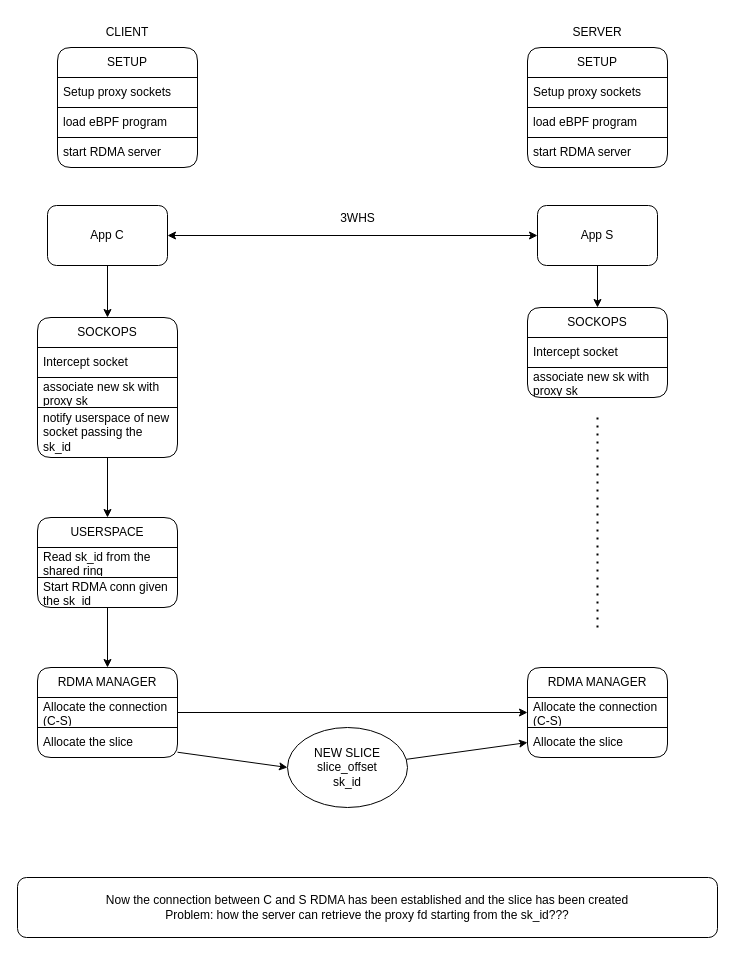
This is page "setup" (1 of 5) of socket_boost/docs/logic.drawio from LucaMeno/socket-over-rdma, a draw.io file, before an edit. Source tidied: cells renumbered, new cells numbered last; positions are measured from the earlier drawing's top-left corner, leaving out a move shared by most shapes. Both pictures are drawn from the tidied source at 100%, with x=0, y=0 at pixel (17, 17).
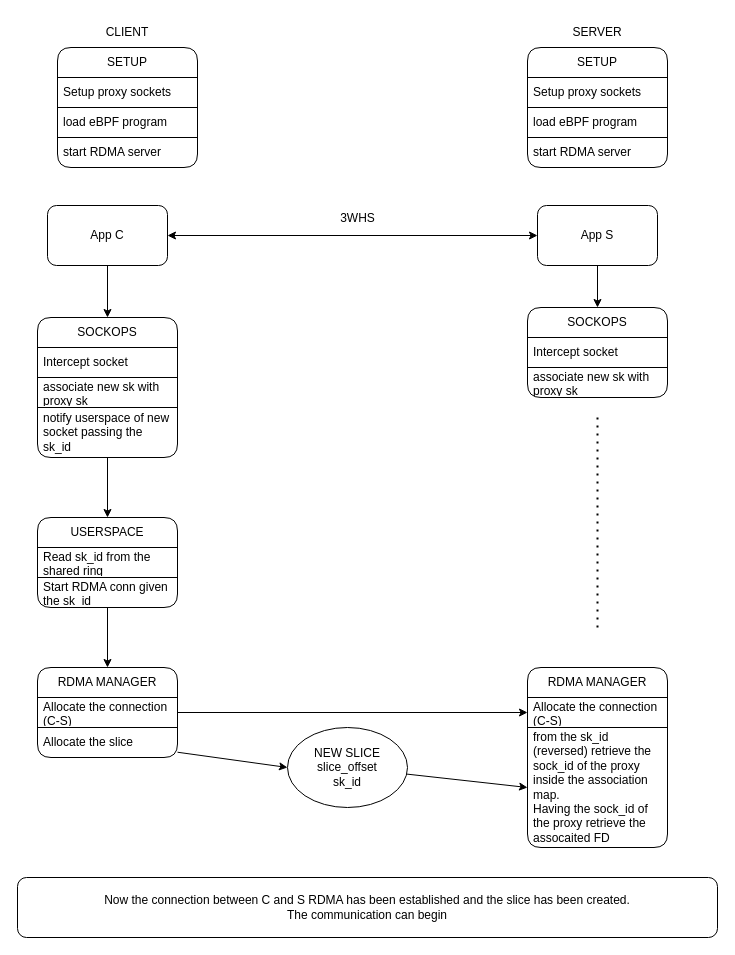
After the change.

Diff of the diagram source:
```diff
@@
     <mxCell id="29" value="RDMA MANAGER" style="swimlane;fontStyle=0;horizontal=1;startSize=30;whiteSpace=wrap;html=1;rounded=1;" parent="1" vertex="1">
-      <mxGeometry x="510" y="650" width="140" height="90" as="geometry" />
+      <mxGeometry x="510" y="650" width="140" height="180" as="geometry" />
     </mxCell>
@@
-    <mxCell id="31" value="Allocate the slice" style="text;strokeColor=none;fillColor=none;align=left;verticalAlign=middle;spacingLeft=4;spacingRight=4;overflow=hidden;points=[[0,0.5],[1,0.5]];portConstraint=eastwest;whiteSpace=wrap;html=1;" parent="29" vertex="1">
-      <mxGeometry y="60" width="140" height="30" as="geometry" />
+    <mxCell id="31" value="from the sk_id (reversed) retrieve the sock_id of the proxy inside the association map.&lt;br&gt;Having the sock_id of the proxy retrieve the assocaited FD" style="text;strokeColor=none;fillColor=none;align=left;verticalAlign=middle;spacingLeft=4;spacingRight=4;overflow=hidden;points=[[0,0.5],[1,0.5]];portConstraint=eastwest;whiteSpace=wrap;html=1;" parent="29" vertex="1">
+      <mxGeometry y="60" width="140" height="120" as="geometry" />
     </mxCell>
@@
-    <mxCell id="40" value="Now the connection between C and S RDMA has been established and the slice has been created&lt;br&gt;Problem: how the server can retrieve the proxy fd starting from the sk_id???" style="rounded=1;whiteSpace=wrap;html=1;" parent="1" vertex="1">
+    <mxCell id="40" value="Now the connection between C and S RDMA has been established and the slice has been created.&lt;br&gt;&lt;div&gt;The communication can begin&lt;/div&gt;" style="rounded=1;whiteSpace=wrap;html=1;" parent="1" vertex="1">
       <mxGeometry y="860" width="700" height="60" as="geometry" />
     </mxCell>
```
